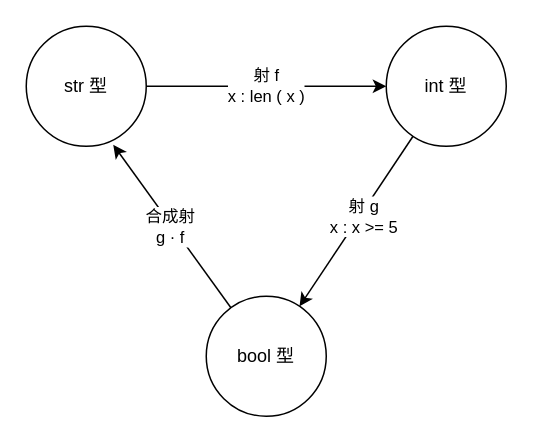
This is images/型と関数.drawio from padawansato/Category-Theory-with-Python, a draw.io file, before an edit. Source tidied: cells renumbered, new cells numbered last; positions are measured from the earlier drawing's top-left corner, leaving out a move shared by most shapes. Both pictures are drawn from the tidied source at 150%, with x=0, y=0 at pixel (26, 26).
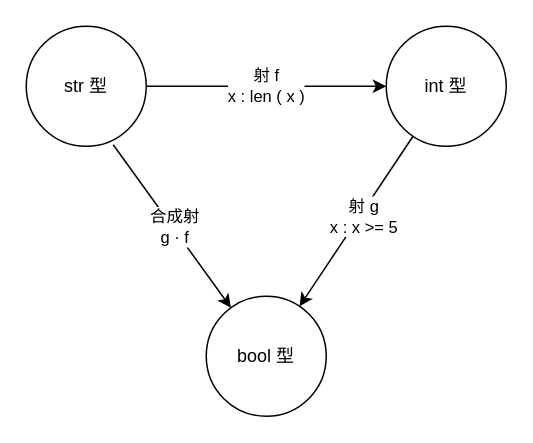
The same page after the edit.

Diff of the diagram source:
```diff
@@
 <mxGraphModel>
   <root>
     <mxCell id="0" />
     <mxCell id="1" parent="0" />
     <mxCell id="2" style="edgeStyle=orthogonalEdgeStyle;rounded=0;jettySize=auto;html=1;" parent="1" edge="1" source="4" target="7">
       <mxGeometry relative="1" as="geometry" />
     </mxCell>
     <mxCell id="3" value="射 f&lt;br&gt;x : len ( x )" style="edgeLabel;html=1;align=center;verticalAlign=middle;" parent="2" vertex="1">
       <mxGeometry x="-0.01" y="1" relative="1" as="geometry" />
     </mxCell>
     <mxCell id="4" value="str 型" style="ellipse;whiteSpace=wrap;html=1;" parent="1" vertex="1">
       <mxGeometry width="80" height="80" as="geometry" />
     </mxCell>
     <mxCell id="5" style="rounded=0;jettySize=auto;html=1;elbow=vertical;" parent="1" edge="1" source="7" target="10">
       <mxGeometry relative="1" as="geometry" />
     </mxCell>
     <mxCell id="6" value="射 g&lt;br&gt;x : x &amp;gt;= 5" style="edgeLabel;html=1;align=center;verticalAlign=middle;" parent="5" vertex="1">
       <mxGeometry x="-0.08" y="2" relative="1" as="geometry" />
     </mxCell>
     <mxCell id="7" value="int 型" style="ellipse;whiteSpace=wrap;html=1;" parent="1" vertex="1">
       <mxGeometry x="240" width="80" height="80" as="geometry" />
     </mxCell>
-    <mxCell id="8" style="edgeStyle=none;rounded=0;jettySize=auto;html=1;entryX=0.725;entryY=0.988;entryDx=0;entryDy=0;entryPerimeter=0;elbow=vertical;" parent="1" edge="1" source="10" target="4">
+    <mxCell id="8" style="edgeStyle=none;rounded=0;jettySize=auto;html=1;elbow=vertical;exitX=0.725;exitY=0.988;exitDx=0;exitDy=0;exitPerimeter=0;" parent="1" edge="1" source="4" target="10">
       <mxGeometry relative="1" as="geometry" />
     </mxCell>
     <mxCell id="9" value="合成射&lt;br&gt;g · f" style="edgeLabel;html=1;align=center;verticalAlign=middle;" parent="8" vertex="1">
       <mxGeometry x="0.01" y="1" relative="1" as="geometry" />
     </mxCell>
     <mxCell id="10" value="bool&amp;nbsp;型" style="ellipse;whiteSpace=wrap;html=1;" parent="1" vertex="1">
       <mxGeometry x="120" y="180" width="80" height="80" as="geometry" />
     </mxCell>
   </root>
 </mxGraphModel>
```
